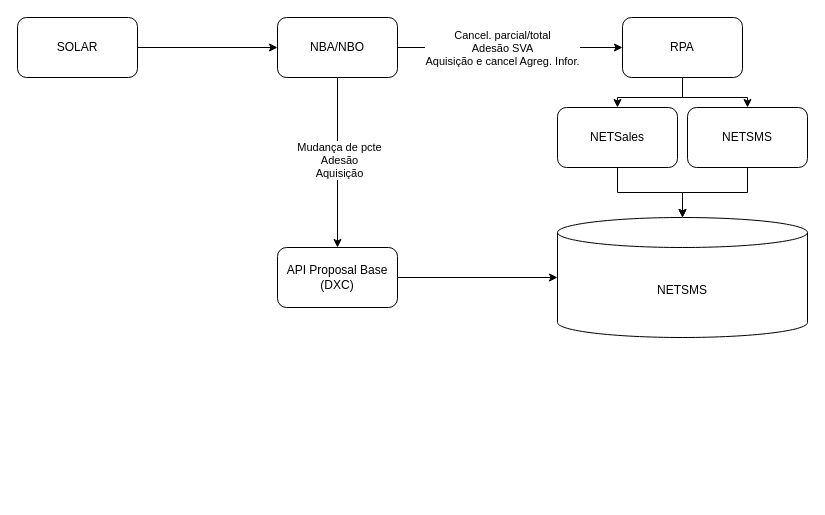
The draw.io diagram page "AS IS" (1 of 3) of I CHANGE Venda Base - Cancelamento.drawio in samirali/ClaroBrasil, before the edit. Source tidied: cells renumbered, new cells numbered last; positions are measured from the earlier drawing's top-left corner, leaving out a move shared by most shapes. Both pictures are drawn from the tidied source at 100%, with x=0, y=0 at pixel (17, 17).
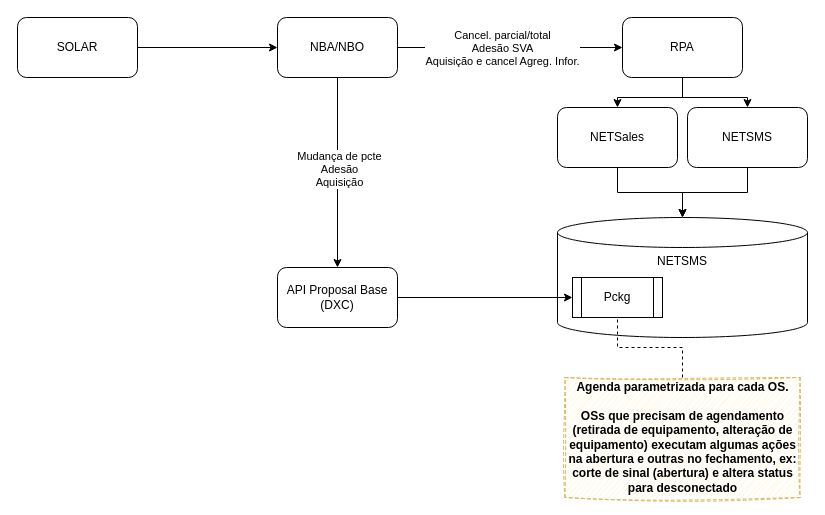
The same diagram, later.

Diff of the diagram source:
```diff
@@
-    <mxCell id="2" value="NETSMS" style="shape=cylinder3;whiteSpace=wrap;html=1;boundedLbl=1;backgroundOutline=1;size=15;" parent="1" vertex="1">
+    <mxCell id="2" value="NETSMS" style="shape=cylinder3;whiteSpace=wrap;html=1;boundedLbl=1;backgroundOutline=1;size=15;verticalAlign=top;" parent="1" vertex="1">
       <mxGeometry x="540" y="200" width="250" height="120" as="geometry" />
     </mxCell>
     <mxCell id="3" value="API Proposal Base (DXC)" style="rounded=1;whiteSpace=wrap;html=1;" parent="1" vertex="1">
-      <mxGeometry x="260" y="230" width="120" height="60" as="geometry" />
+      <mxGeometry x="260" y="250" width="120" height="60" as="geometry" />
     </mxCell>
-    <mxCell id="4" style="edgeStyle=orthogonalEdgeStyle;rounded=0;jettySize=auto;html=1;entryX=0;entryY=0.5;entryDx=0;entryDy=0;entryPerimeter=0;" parent="1" edge="1" source="3" target="2">
+    <mxCell id="4" style="edgeStyle=orthogonalEdgeStyle;rounded=0;jettySize=auto;html=1;entryX=0;entryY=0.5;entryDx=0;entryDy=0;" parent="1" edge="1" source="3" target="20">
       <mxGeometry relative="1" as="geometry" />
     </mxCell>
@@
+    <mxCell id="19" style="edgeStyle=orthogonalEdgeStyle;rounded=0;jettySize=auto;html=1;endArrow=none;endFill=0;dashed=1;exitX=0.5;exitY=0;exitDx=0;exitDy=0;" parent="1" edge="1" source="21" target="20">
+      <mxGeometry relative="1" as="geometry" />
+    </mxCell>
+    <mxCell id="20" value="Pckg" style="shape=process;whiteSpace=wrap;html=1;backgroundOutline=1;" parent="1" vertex="1">
+      <mxGeometry x="555" y="260" width="90" height="40" as="geometry" />
+    </mxCell>
+    <mxCell id="21" value="&lt;div&gt;&lt;b&gt;Agenda parametrizada para cada OS.&lt;/b&gt;&lt;/div&gt;&lt;b&gt;&lt;div&gt;&lt;b&gt;&lt;br&gt;&lt;/b&gt;&lt;/div&gt;OSs que precisam de agendamento (retirada de equipamento, alteração de equipamento) executam algumas ações na abertura e outras no fechamento, ex: corte de sinal (abertura) e altera status para desconectado&lt;/b&gt;" style="text;html=1;align=center;verticalAlign=middle;whiteSpace=wrap;rounded=0;dashed=1;strokeColor=#d6b656;shadow=0;sketch=1;curveFitting=1;jiggle=2;fillColor=#fff2cc;" parent="1" vertex="1">
+      <mxGeometry x="547.5" y="360" width="235" height="120" as="geometry" />
+    </mxCell>
```
